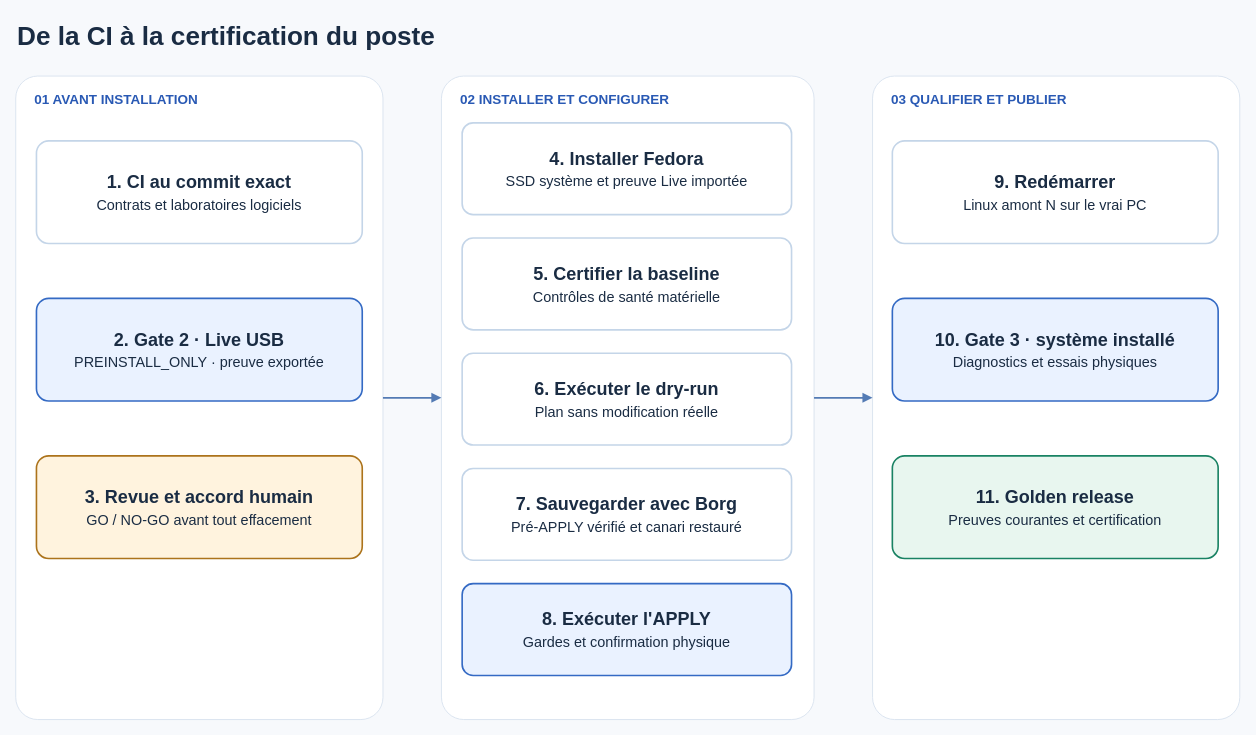
mathiasseguincadiche/FEDORA_GNOME_CUSTOM keeps this draw.io diagram as docs/assets/diagrams/chaine-qualification.drawio. Above is the earlier version. Source tidied: cells renumbered, new cells numbered last; positions are measured from the earlier drawing's top-left corner, leaving out a move shared by most shapes. Both pictures are drawn from the tidied source at 90%, with x=0, y=0 at pixel (15, 15).
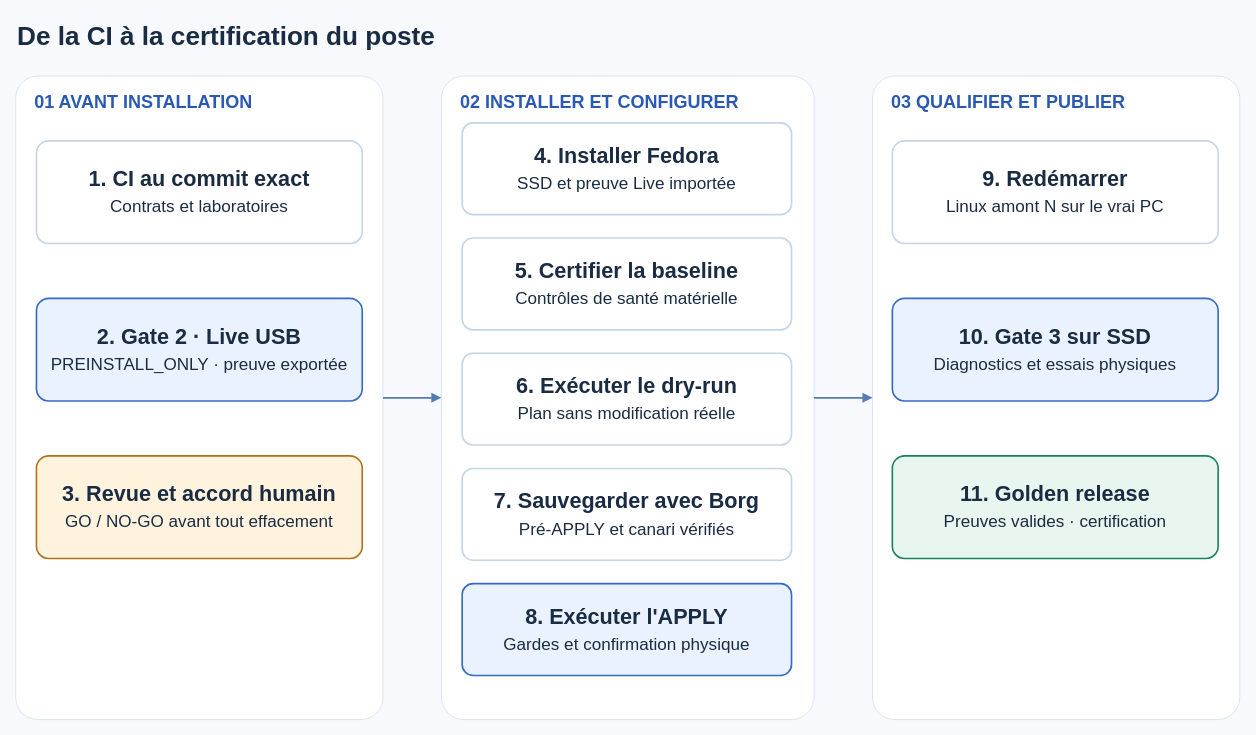
Above is the later version.

Diff of the diagram source:
```diff
@@
 <mxGraphModel background="#F7F9FC">
   <root>
     <mxCell id="0" />
     <mxCell id="1" parent="0" />
     <mxCell id="2" value="De la CI à la certification du poste" style="text;html=1;fontSize=29;fontStyle=1;fontColor=#1A2C43;fontFamily=Arial;align=left;verticalAlign=middle;" parent="1" vertex="1">
       <mxGeometry width="1360" height="46" as="geometry" />
     </mxCell>
-    <mxCell id="3" value="01  AVANT INSTALLATION" style="rounded=1;arcSize=6;whiteSpace=wrap;html=1;fillColor=#FFFFFF;strokeColor=#D9E3EF;fontColor=#2959B4;fontStyle=1;fontSize=15;fontFamily=Arial;verticalAlign=top;align=left;spacingLeft=19;spacingTop=10;" parent="1" vertex="1">
+    <mxCell id="3" value="01  AVANT INSTALLATION" style="rounded=1;arcSize=6;whiteSpace=wrap;html=1;fillColor=#FFFFFF;strokeColor=#D9E3EF;fontColor=#2959B4;fontStyle=1;fontSize=20;fontFamily=Arial;verticalAlign=top;align=left;spacingLeft=19;spacingTop=10;" parent="1" vertex="1">
       <mxGeometry y="67" width="408" height="715" as="geometry" />
     </mxCell>
-    <mxCell id="4" value="02  INSTALLER ET CONFIGURER" style="rounded=1;arcSize=6;whiteSpace=wrap;html=1;fillColor=#FFFFFF;strokeColor=#D9E3EF;fontColor=#2959B4;fontStyle=1;fontSize=15;fontFamily=Arial;verticalAlign=top;align=left;spacingLeft=19;spacingTop=10;" parent="1" vertex="1">
+    <mxCell id="4" value="02  INSTALLER ET CONFIGURER" style="rounded=1;arcSize=6;whiteSpace=wrap;html=1;fillColor=#FFFFFF;strokeColor=#D9E3EF;fontColor=#2959B4;fontStyle=1;fontSize=20;fontFamily=Arial;verticalAlign=top;align=left;spacingLeft=19;spacingTop=10;" parent="1" vertex="1">
       <mxGeometry x="473" y="67" width="414" height="715" as="geometry" />
     </mxCell>
-    <mxCell id="5" value="03  QUALIFIER ET PUBLIER" style="rounded=1;arcSize=6;whiteSpace=wrap;html=1;fillColor=#FFFFFF;strokeColor=#D9E3EF;fontColor=#2959B4;fontStyle=1;fontSize=15;fontFamily=Arial;verticalAlign=top;align=left;spacingLeft=19;spacingTop=10;" parent="1" vertex="1">
+    <mxCell id="5" value="03  QUALIFIER ET PUBLIER" style="rounded=1;arcSize=6;whiteSpace=wrap;html=1;fillColor=#FFFFFF;strokeColor=#D9E3EF;fontColor=#2959B4;fontStyle=1;fontSize=20;fontFamily=Arial;verticalAlign=top;align=left;spacingLeft=19;spacingTop=10;" parent="1" vertex="1">
       <mxGeometry x="952" y="67" width="408" height="715" as="geometry" />
     </mxCell>
-    <mxCell id="6" value="&lt;b&gt;1. CI au commit exact&lt;/b&gt;&lt;br&gt;&lt;span style=&quot;font-size:16px&quot;&gt;Contrats et laboratoires logiciels&lt;/span&gt;" style="rounded=1;arcSize=12;whiteSpace=wrap;html=1;fillColor=#FFFFFF;strokeColor=#C4D5E8;strokeWidth=1.8;fontColor=#1A2C43;fontSize=20;fontFamily=Arial;" parent="1" vertex="1">
+    <mxCell id="6" value="&lt;b&gt;1. CI au commit exact&lt;/b&gt;&lt;br&gt;&lt;span style=&quot;font-size:19px&quot;&gt;Contrats et laboratoires&lt;/span&gt;" style="rounded=1;arcSize=12;whiteSpace=wrap;html=1;fillColor=#FFFFFF;strokeColor=#C4D5E8;strokeWidth=1.8;fontColor=#1A2C43;fontSize=24;fontFamily=Arial;" parent="1" vertex="1">
       <mxGeometry x="23" y="139" width="362" height="114" as="geometry" />
     </mxCell>
-    <mxCell id="7" value="&lt;b&gt;2. Gate 2 · Live USB&lt;/b&gt;&lt;br&gt;&lt;span style=&quot;font-size:16px&quot;&gt;PREINSTALL_ONLY · preuve exportée&lt;/span&gt;" style="rounded=1;arcSize=12;whiteSpace=wrap;html=1;fillColor=#EAF2FF;strokeColor=#346AC4;strokeWidth=1.8;fontColor=#1A2C43;fontSize=20;fontFamily=Arial;" parent="1" vertex="1">
+    <mxCell id="7" value="&lt;b&gt;2. Gate 2 · Live USB&lt;/b&gt;&lt;br&gt;&lt;span style=&quot;font-size:19px&quot;&gt;PREINSTALL_ONLY · preuve exportée&lt;/span&gt;" style="rounded=1;arcSize=12;whiteSpace=wrap;html=1;fillColor=#EAF2FF;strokeColor=#346AC4;strokeWidth=1.8;fontColor=#1A2C43;fontSize=24;fontFamily=Arial;" parent="1" vertex="1">
       <mxGeometry x="23" y="314" width="362" height="114" as="geometry" />
     </mxCell>
-    <mxCell id="8" value="&lt;b&gt;3. Revue et accord humain&lt;/b&gt;&lt;br&gt;&lt;span style=&quot;font-size:16px&quot;&gt;GO / NO-GO avant tout effacement&lt;/span&gt;" style="rounded=1;arcSize=12;whiteSpace=wrap;html=1;fillColor=#FFF3DE;strokeColor=#AC731B;strokeWidth=1.8;fontColor=#1A2C43;fontSize=20;fontFamily=Arial;" parent="1" vertex="1">
+    <mxCell id="8" value="&lt;b&gt;3. Revue et accord humain&lt;/b&gt;&lt;br&gt;&lt;span style=&quot;font-size:19px&quot;&gt;GO / NO-GO avant tout effacement&lt;/span&gt;" style="rounded=1;arcSize=12;whiteSpace=wrap;html=1;fillColor=#FFF3DE;strokeColor=#AC731B;strokeWidth=1.8;fontColor=#1A2C43;fontSize=24;fontFamily=Arial;" parent="1" vertex="1">
       <mxGeometry x="23" y="489" width="362" height="114" as="geometry" />
     </mxCell>
-    <mxCell id="9" value="&lt;b&gt;4. Installer Fedora&lt;/b&gt;&lt;br&gt;&lt;span style=&quot;font-size:16px&quot;&gt;SSD système et preuve Live importée&lt;/span&gt;" style="rounded=1;arcSize=12;whiteSpace=wrap;html=1;fillColor=#FFFFFF;strokeColor=#C4D5E8;strokeWidth=1.8;fontColor=#1A2C43;fontSize=20;fontFamily=Arial;" parent="1" vertex="1">
+    <mxCell id="9" value="&lt;b&gt;4. Installer Fedora&lt;/b&gt;&lt;br&gt;&lt;span style=&quot;font-size:19px&quot;&gt;SSD et preuve Live importée&lt;/span&gt;" style="rounded=1;arcSize=12;whiteSpace=wrap;html=1;fillColor=#FFFFFF;strokeColor=#C4D5E8;strokeWidth=1.8;fontColor=#1A2C43;fontSize=24;fontFamily=Arial;" parent="1" vertex="1">
       <mxGeometry x="496" y="119" width="366" height="102" as="geometry" />
     </mxCell>
-    <mxCell id="10" value="&lt;b&gt;5. Certifier la baseline&lt;/b&gt;&lt;br&gt;&lt;span style=&quot;font-size:16px&quot;&gt;Contrôles de santé matérielle&lt;/span&gt;" style="rounded=1;arcSize=12;whiteSpace=wrap;html=1;fillColor=#FFFFFF;strokeColor=#C4D5E8;strokeWidth=1.8;fontColor=#1A2C43;fontSize=20;fontFamily=Arial;" parent="1" vertex="1">
+    <mxCell id="10" value="&lt;b&gt;5. Certifier la baseline&lt;/b&gt;&lt;br&gt;&lt;span style=&quot;font-size:19px&quot;&gt;Contrôles de santé matérielle&lt;/span&gt;" style="rounded=1;arcSize=12;whiteSpace=wrap;html=1;fillColor=#FFFFFF;strokeColor=#C4D5E8;strokeWidth=1.8;fontColor=#1A2C43;fontSize=24;fontFamily=Arial;" parent="1" vertex="1">
       <mxGeometry x="496" y="247" width="366" height="102" as="geometry" />
     </mxCell>
-    <mxCell id="11" value="&lt;b&gt;6. Exécuter le dry-run&lt;/b&gt;&lt;br&gt;&lt;span style=&quot;font-size:16px&quot;&gt;Plan sans modification réelle&lt;/span&gt;" style="rounded=1;arcSize=12;whiteSpace=wrap;html=1;fillColor=#FFFFFF;strokeColor=#C4D5E8;strokeWidth=1.8;fontColor=#1A2C43;fontSize=20;fontFamily=Arial;" parent="1" vertex="1">
+    <mxCell id="11" value="&lt;b&gt;6. Exécuter le dry-run&lt;/b&gt;&lt;br&gt;&lt;span style=&quot;font-size:19px&quot;&gt;Plan sans modification réelle&lt;/span&gt;" style="rounded=1;arcSize=12;whiteSpace=wrap;html=1;fillColor=#FFFFFF;strokeColor=#C4D5E8;strokeWidth=1.8;fontColor=#1A2C43;fontSize=24;fontFamily=Arial;" parent="1" vertex="1">
       <mxGeometry x="496" y="375" width="366" height="102" as="geometry" />
     </mxCell>
-    <mxCell id="12" value="&lt;b&gt;7. Sauvegarder avec Borg&lt;/b&gt;&lt;br&gt;&lt;span style=&quot;font-size:16px&quot;&gt;Pré-APPLY vérifié et canari restauré&lt;/span&gt;" style="rounded=1;arcSize=12;whiteSpace=wrap;html=1;fillColor=#FFFFFF;strokeColor=#C4D5E8;strokeWidth=1.8;fontColor=#1A2C43;fontSize=20;fontFamily=Arial;" parent="1" vertex="1">
+    <mxCell id="12" value="&lt;b&gt;7. Sauvegarder avec Borg&lt;/b&gt;&lt;br&gt;&lt;span style=&quot;font-size:19px&quot;&gt;Pré-APPLY et canari vérifiés&lt;/span&gt;" style="rounded=1;arcSize=12;whiteSpace=wrap;html=1;fillColor=#FFFFFF;strokeColor=#C4D5E8;strokeWidth=1.8;fontColor=#1A2C43;fontSize=24;fontFamily=Arial;" parent="1" vertex="1">
       <mxGeometry x="496" y="503" width="366" height="102" as="geometry" />
     </mxCell>
-    <mxCell id="13" value="&lt;b&gt;8. Exécuter l&amp;#x27;APPLY&lt;/b&gt;&lt;br&gt;&lt;span style=&quot;font-size:16px&quot;&gt;Gardes et confirmation physique&lt;/span&gt;" style="rounded=1;arcSize=12;whiteSpace=wrap;html=1;fillColor=#EAF2FF;strokeColor=#346AC4;strokeWidth=1.8;fontColor=#1A2C43;fontSize=20;fontFamily=Arial;" parent="1" vertex="1">
+    <mxCell id="13" value="&lt;b&gt;8. Exécuter l&amp;#x27;APPLY&lt;/b&gt;&lt;br&gt;&lt;span style=&quot;font-size:19px&quot;&gt;Gardes et confirmation physique&lt;/span&gt;" style="rounded=1;arcSize=12;whiteSpace=wrap;html=1;fillColor=#EAF2FF;strokeColor=#346AC4;strokeWidth=1.8;fontColor=#1A2C43;fontSize=24;fontFamily=Arial;" parent="1" vertex="1">
       <mxGeometry x="496" y="631" width="366" height="102" as="geometry" />
     </mxCell>
-    <mxCell id="14" value="&lt;b&gt;9. Redémarrer&lt;/b&gt;&lt;br&gt;&lt;span style=&quot;font-size:16px&quot;&gt;Linux amont N sur le vrai PC&lt;/span&gt;" style="rounded=1;arcSize=12;whiteSpace=wrap;html=1;fillColor=#FFFFFF;strokeColor=#C4D5E8;strokeWidth=1.8;fontColor=#1A2C43;fontSize=20;fontFamily=Arial;" parent="1" vertex="1">
+    <mxCell id="14" value="&lt;b&gt;9. Redémarrer&lt;/b&gt;&lt;br&gt;&lt;span style=&quot;font-size:19px&quot;&gt;Linux amont N sur le vrai PC&lt;/span&gt;" style="rounded=1;arcSize=12;whiteSpace=wrap;html=1;fillColor=#FFFFFF;strokeColor=#C4D5E8;strokeWidth=1.8;fontColor=#1A2C43;fontSize=24;fontFamily=Arial;" parent="1" vertex="1">
       <mxGeometry x="974" y="139" width="362" height="114" as="geometry" />
     </mxCell>
-    <mxCell id="15" value="&lt;b&gt;10. Gate 3 · système installé&lt;/b&gt;&lt;br&gt;&lt;span style=&quot;font-size:16px&quot;&gt;Diagnostics et essais physiques&lt;/span&gt;" style="rounded=1;arcSize=12;whiteSpace=wrap;html=1;fillColor=#EAF2FF;strokeColor=#346AC4;strokeWidth=1.8;fontColor=#1A2C43;fontSize=20;fontFamily=Arial;" parent="1" vertex="1">
+    <mxCell id="15" value="&lt;b&gt;10. Gate 3 sur SSD&lt;/b&gt;&lt;br&gt;&lt;span style=&quot;font-size:19px&quot;&gt;Diagnostics et essais physiques&lt;/span&gt;" style="rounded=1;arcSize=12;whiteSpace=wrap;html=1;fillColor=#EAF2FF;strokeColor=#346AC4;strokeWidth=1.8;fontColor=#1A2C43;fontSize=24;fontFamily=Arial;" parent="1" vertex="1">
       <mxGeometry x="974" y="314" width="362" height="114" as="geometry" />
     </mxCell>
-    <mxCell id="16" value="&lt;b&gt;11. Golden release&lt;/b&gt;&lt;br&gt;&lt;span style=&quot;font-size:16px&quot;&gt;Preuves courantes et certification&lt;/span&gt;" style="rounded=1;arcSize=12;whiteSpace=wrap;html=1;fillColor=#E8F6EF;strokeColor=#198263;strokeWidth=1.8;fontColor=#1A2C43;fontSize=20;fontFamily=Arial;" parent="1" vertex="1">
+    <mxCell id="16" value="&lt;b&gt;11. Golden release&lt;/b&gt;&lt;br&gt;&lt;span style=&quot;font-size:19px&quot;&gt;Preuves valides · certification&lt;/span&gt;" style="rounded=1;arcSize=12;whiteSpace=wrap;html=1;fillColor=#E8F6EF;strokeColor=#198263;strokeWidth=1.8;fontColor=#1A2C43;fontSize=24;fontFamily=Arial;" parent="1" vertex="1">
       <mxGeometry x="974" y="489" width="362" height="114" as="geometry" />
     </mxCell>
-    <mxCell id="17" style="endArrow=block;endFill=1;html=1;strokeColor=#547BB4;strokeWidth=2;fontColor=#1A2C43;fontSize=12;fontStyle=2;fontFamily=Arial;labelBackgroundColor=#FFFFFF;exitX=1.0000;exitY=0.5000;exitDx=0;exitDy=0;entryX=0.0000;entryY=0.5000;entryDx=0;entryDy=0;" parent="1" edge="1" source="3" target="4">
+    <mxCell id="17" style="endArrow=block;endFill=1;html=1;strokeColor=#547BB4;strokeWidth=2;fontColor=#1A2C43;fontSize=16;fontStyle=2;fontFamily=Arial;labelBackgroundColor=#FFFFFF;exitX=1.0000;exitY=0.5000;exitDx=0;exitDy=0;entryX=0.0000;entryY=0.5000;entryDx=0;entryDy=0;" parent="1" edge="1" source="3" target="4">
       <mxGeometry relative="1" as="geometry" />
     </mxCell>
-    <mxCell id="18" style="endArrow=block;endFill=1;html=1;strokeColor=#547BB4;strokeWidth=2;fontColor=#1A2C43;fontSize=12;fontStyle=2;fontFamily=Arial;labelBackgroundColor=#FFFFFF;exitX=1.0000;exitY=0.5000;exitDx=0;exitDy=0;entryX=0.0000;entryY=0.5000;entryDx=0;entryDy=0;" parent="1" edge="1" source="4" target="5">
+    <mxCell id="18" style="endArrow=block;endFill=1;html=1;strokeColor=#547BB4;strokeWidth=2;fontColor=#1A2C43;fontSize=16;fontStyle=2;fontFamily=Arial;labelBackgroundColor=#FFFFFF;exitX=1.0000;exitY=0.5000;exitDx=0;exitDy=0;entryX=0.0000;entryY=0.5000;entryDx=0;entryDy=0;" parent="1" edge="1" source="4" target="5">
       <mxGeometry relative="1" as="geometry" />
     </mxCell>
   </root>
 </mxGraphModel>
```
